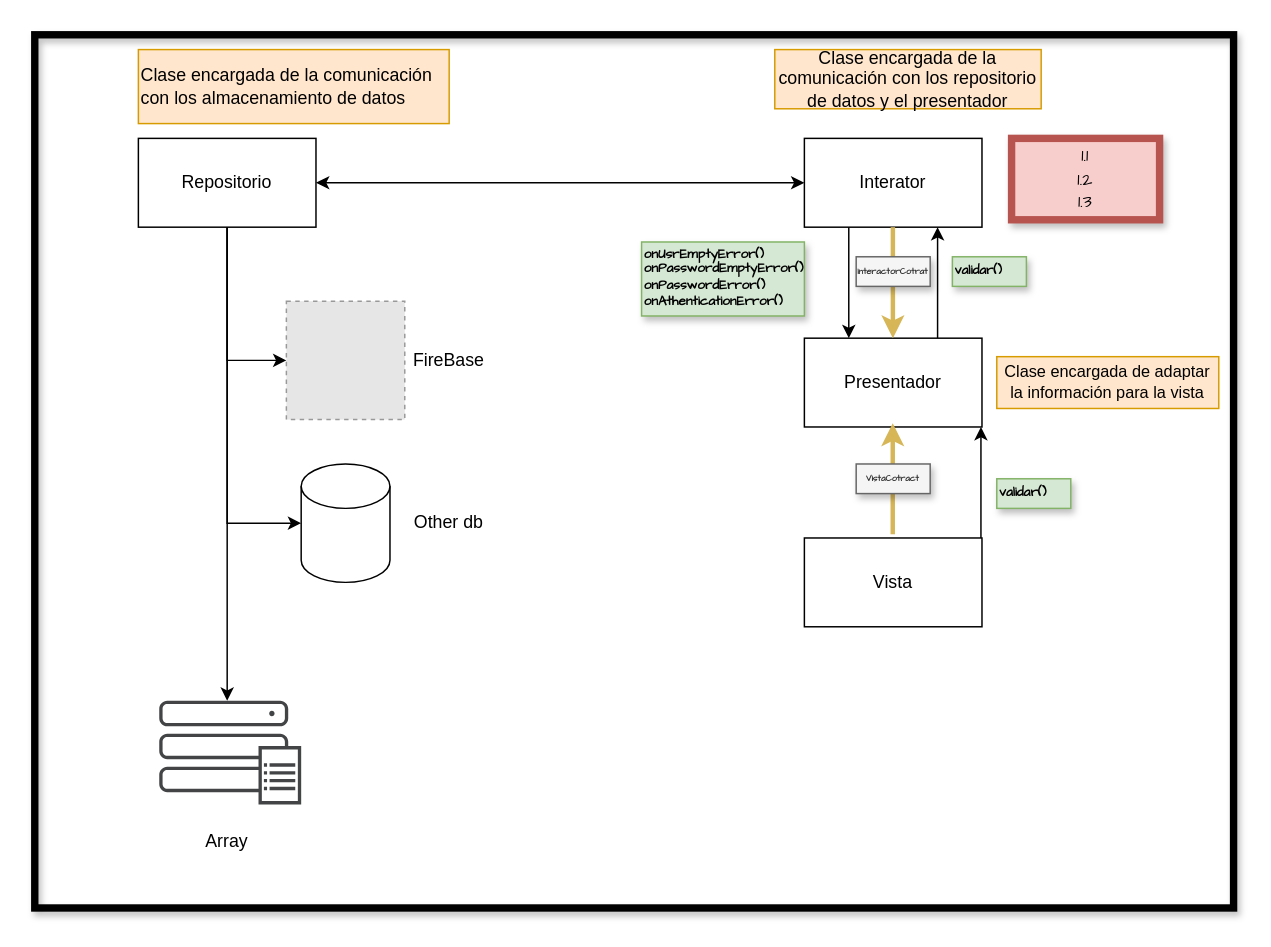
Before: page "Page-1" (1 of 2) of InventoryClassComunication.drawio in FJMGPPP/iventory, a draw.io diagram. Source tidied: cells renumbered, new cells numbered last; positions are measured from the earlier drawing's top-left corner, leaving out a move shared by most shapes. Both pictures are drawn from the tidied source at 148%, with x=0, y=0 at pixel (34, 34). Pictures stored in the file or linked from it are replaced by grey dashed boxes.
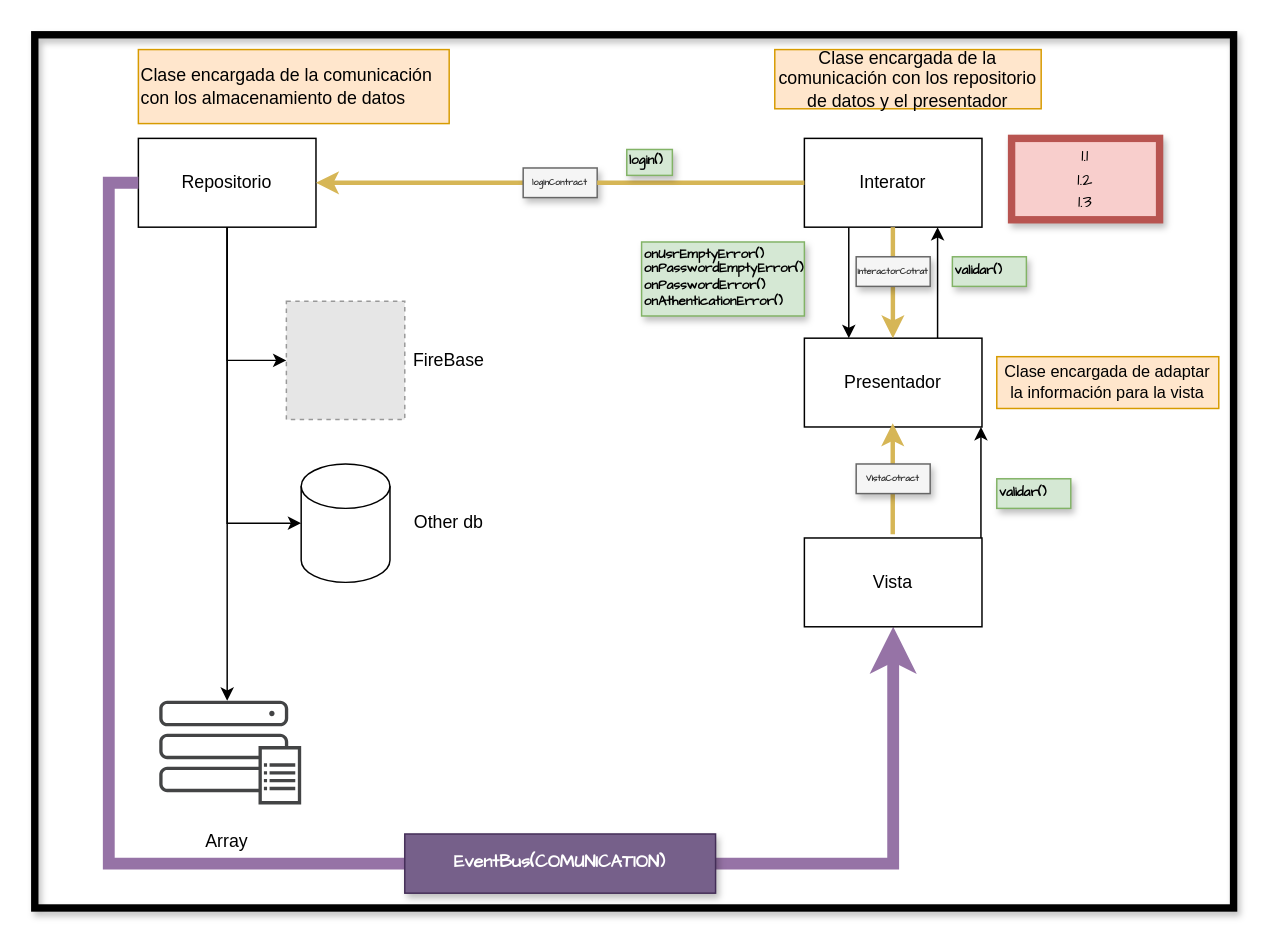
After the change.

Unchanged cells that the change refers to:
```xml
<mxCell id="7" value="Repositorio" style="rounded=0;whiteSpace=wrap;html=1;" parent="1" vertex="1">
  <mxGeometry x="70" y="70" width="120" height="60" as="geometry" />
</mxCell>
<mxCell id="16" value="Interator" style="rounded=0;whiteSpace=wrap;html=1;" parent="1" vertex="1">
  <mxGeometry x="520" y="70" width="120" height="60" as="geometry" />
</mxCell>
<mxCell id="19" value="Vista" style="rounded=0;whiteSpace=wrap;html=1;" parent="1" vertex="1">
  <mxGeometry x="520" y="340" width="120" height="60" as="geometry" />
</mxCell>
```

Change to the diagram source:
```diff
@@
-    <mxCell id="6" style="edgeStyle=orthogonalEdgeStyle;rounded=0;jettySize=auto;html=1;exitX=1;exitY=0.5;exitDx=0;exitDy=0;entryX=0;entryY=0.5;entryDx=0;entryDy=0;startArrow=classic;startFill=1;" parent="1" edge="1" source="7" target="16">
-      <mxGeometry relative="1" as="geometry" />
-    </mxCell>
@@
+    <mxCell id="37" style="edgeStyle=orthogonalEdgeStyle;rounded=0;jettySize=auto;html=1;entryX=0.5;entryY=1;entryDx=0;entryDy=0;fillColor=#e1d5e7;strokeColor=#9673a6;strokeWidth=8;exitX=0;exitY=0.5;exitDx=0;exitDy=0;" parent="1" edge="1" source="7" target="19">
+      <mxGeometry relative="1" as="geometry">
+        <Array as="points">
+          <mxPoint x="50" y="100" />
+          <mxPoint x="50" y="560" />
+          <mxPoint x="580" y="560" />
+        </Array>
+      </mxGeometry>
+    </mxCell>
@@
     <mxCell id="26" style="edgeStyle=orthogonalEdgeStyle;rounded=0;orthogonalLoop=1;jettySize=auto;html=1;exitX=1;exitY=1;exitDx=0;exitDy=0;entryX=1;entryY=0;entryDx=0;entryDy=0;fontFamily=Comic Sans MS;fontSize=9;startArrow=none;startFill=0;fontColor=#FFD966;labelBorderColor=#FFD966;labelBackgroundColor=#FFD966;fillColor=#fff2cc;strokeColor=#d6b656;jumpSize=11;jumpStyle=gap;strokeWidth=3;" parent="1" edge="1">
       <mxGeometry relative="1" as="geometry">
         <mxPoint x="579.8" y="130" as="sourcePoint" />
         <mxPoint x="579.8" y="205" as="targetPoint" />
+        <Array as="points">
+          <mxPoint x="580" y="190" />
+          <mxPoint x="580" y="190" />
+        </Array>
       </mxGeometry>
     </mxCell>
@@
+    <mxCell id="38" style="edgeStyle=orthogonalEdgeStyle;rounded=0;jettySize=auto;html=1;exitX=0;exitY=0.5;exitDx=0;exitDy=0;entryX=1;entryY=0.5;entryDx=0;entryDy=0;fontFamily=Comic Sans MS;fontSize=9;startArrow=none;startFill=0;fontColor=#FFD966;labelBorderColor=#FFD966;labelBackgroundColor=#FFD966;fillColor=#fff2cc;strokeColor=#d6b656;jumpSize=11;jumpStyle=gap;strokeWidth=3;" parent="1" edge="1" source="39" target="7">
+      <mxGeometry relative="1" as="geometry" />
+    </mxCell>
+    <mxCell id="39" value="&lt;b style=&quot;font-size: 6px&quot;&gt;loginContract&lt;/b&gt;" style="text;html=1;align=center;verticalAlign=middle;whiteSpace=wrap;rounded=0;shadow=1;glass=0;sketch=0;fontFamily=Comic Sans MS;fontSize=6;fillColor=#f5f5f5;strokeColor=#666666;fontColor=#333333;" parent="1" vertex="1">
+      <mxGeometry x="330" y="90" width="50" height="20" as="geometry" />
+    </mxCell>
+    <mxCell id="40" style="edgeStyle=orthogonalEdgeStyle;rounded=0;jettySize=auto;html=1;exitX=0;exitY=0.5;exitDx=0;exitDy=0;entryX=1;entryY=0.5;entryDx=0;entryDy=0;fontFamily=Comic Sans MS;fontSize=9;startArrow=none;startFill=0;fontColor=#FFD966;labelBorderColor=#FFD966;labelBackgroundColor=#FFD966;fillColor=#fff2cc;strokeColor=#d6b656;jumpSize=11;jumpStyle=gap;strokeWidth=3;endArrow=none;" parent="1" edge="1" source="16" target="39">
+      <mxGeometry relative="1" as="geometry" />
+    </mxCell>
+    <mxCell id="41" style="group;" parent="1" vertex="1">
+      <mxGeometry x="400" y="60" width="80" height="70" as="geometry" />
+    </mxCell>
+    <mxCell id="42" style="text;html=1;strokeColor=#82b366;fillColor=#d5e8d4;align=left;verticalAlign=middle;whiteSpace=wrap;rounded=0;shadow=1;glass=0;sketch=0;fontFamily=Comic Sans MS;fontSize=9;labelPosition=center;verticalLabelPosition=middle;textDirection=rtl;horizontal=1;" parent="41" vertex="1">
+      <mxGeometry y="17.5" width="30.8" height="17.5" as="geometry" />
+    </mxCell>
+    <mxCell id="43" value="&lt;span&gt;login()&lt;br&gt;&lt;/span&gt;" style="text;html=1;strokeColor=none;fillColor=none;align=left;verticalAlign=middle;whiteSpace=wrap;rounded=0;shadow=1;glass=0;sketch=0;fontFamily=Comic Sans MS;fontSize=9;fontStyle=1;" parent="41" vertex="1">
+      <mxGeometry y="8.8" width="61.5" height="35" as="geometry" />
+    </mxCell>
+    <mxCell id="44" value="&lt;b&gt;&lt;font style=&quot;font-size: 12px&quot;&gt;EventBus(COMUNICATION)&lt;/font&gt;&lt;/b&gt;" style="text;html=1;align=center;verticalAlign=middle;whiteSpace=wrap;rounded=0;shadow=1;glass=0;sketch=0;fontFamily=Comic Sans MS;fontSize=6;fillColor=#76608a;strokeColor=#432D57;fontColor=#ffffff;" parent="1" vertex="1">
+      <mxGeometry x="250" y="540" width="210" height="40" as="geometry" />
+    </mxCell>
```
